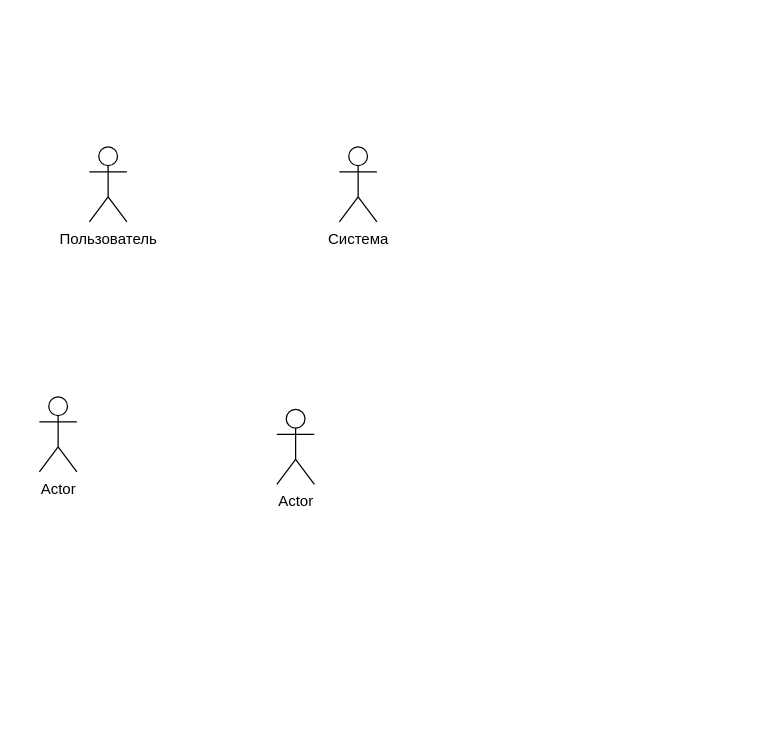
This is page "Page-2" (2 of 2) of AIKMS2.drawio from nn80nn/DataBases, a draw.io file, before an edit. Source tidied: cells renumbered, new cells numbered last; positions are measured from the earlier drawing's top-left corner, leaving out a move shared by most shapes. Both pictures are drawn from the tidied source at 125%, with x=0, y=0 at pixel (39, 146).
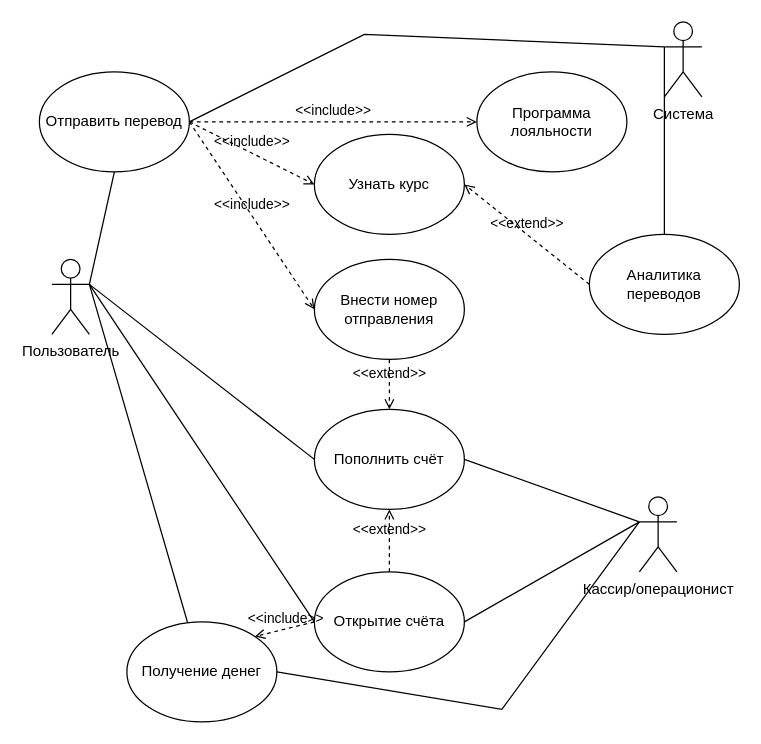
The same diagram, later.

Diff of the diagram source:
```diff
@@
     <mxCell id="2" value="Пользователь" style="shape=umlActor;verticalLabelPosition=bottom;verticalAlign=top;html=1;outlineConnect=0;" parent="1" vertex="1">
-      <mxGeometry x="40" width="30" height="60" as="geometry" />
+      <mxGeometry x="10" y="90" width="30" height="60" as="geometry" />
     </mxCell>
-    <mxCell id="3" value="Actor" style="shape=umlActor;verticalLabelPosition=bottom;verticalAlign=top;html=1;" parent="1" vertex="1">
-      <mxGeometry y="200" width="30" height="60" as="geometry" />
-    </mxCell>
     <mxCell id="4" value="Система" style="shape=umlActor;verticalLabelPosition=bottom;verticalAlign=top;html=1;outlineConnect=0;" parent="1" vertex="1">
-      <mxGeometry x="240" width="30" height="60" as="geometry" />
+      <mxGeometry x="500" y="-100" width="30" height="60" as="geometry" />
     </mxCell>
-    <mxCell id="5" value="Actor" style="shape=umlActor;verticalLabelPosition=bottom;verticalAlign=top;html=1;" parent="1" vertex="1">
-      <mxGeometry x="190" y="210" width="30" height="60" as="geometry" />
-    </mxCell>
+    <mxCell id="6" value="Узнать курс" style="ellipse;whiteSpace=wrap;html=1;" parent="1" vertex="1">
+      <mxGeometry x="220" y="-10" width="120" height="80" as="geometry" />
+    </mxCell>
+    <mxCell id="7" value="Кассир/операционист" style="shape=umlActor;verticalLabelPosition=bottom;verticalAlign=top;html=1;outlineConnect=0;" parent="1" vertex="1">
+      <mxGeometry x="480" y="280" width="30" height="60" as="geometry" />
+    </mxCell>
+    <mxCell id="8" value="Внести номер отправления" style="ellipse;whiteSpace=wrap;html=1;" parent="1" vertex="1">
+      <mxGeometry x="220" y="90" width="120" height="80" as="geometry" />
+    </mxCell>
+    <mxCell id="9" value="Пополнить счёт" style="ellipse;whiteSpace=wrap;html=1;" parent="1" vertex="1">
+      <mxGeometry x="220" y="210" width="120" height="80" as="geometry" />
+    </mxCell>
+    <mxCell id="10" value="Получение денег" style="ellipse;whiteSpace=wrap;html=1;" parent="1" vertex="1">
+      <mxGeometry x="70" y="380" width="120" height="80" as="geometry" />
+    </mxCell>
+    <mxCell id="11" value="Открытие счёта" style="ellipse;whiteSpace=wrap;html=1;" parent="1" vertex="1">
+      <mxGeometry x="220" y="340" width="120" height="80" as="geometry" />
+    </mxCell>
+    <mxCell id="12" value="Аналитика переводов" style="ellipse;whiteSpace=wrap;html=1;" parent="1" vertex="1">
+      <mxGeometry x="440" y="70" width="120" height="80" as="geometry" />
+    </mxCell>
+    <mxCell id="13" value="Программа лояльности" style="ellipse;whiteSpace=wrap;html=1;" parent="1" vertex="1">
+      <mxGeometry x="350" y="-60" width="120" height="80" as="geometry" />
+    </mxCell>
+    <mxCell id="14" style="endArrow=none;html=1;rounded=0;exitX=1;exitY=0.3333333333333333;exitDx=0;exitDy=0;exitPerimeter=0;entryX=0.5;entryY=1;entryDx=0;entryDy=0;" parent="1" edge="1" source="2" target="25">
+      <mxGeometry relative="1" as="geometry" />
+    </mxCell>
+    <mxCell id="15" style="endArrow=none;html=1;rounded=0;exitX=1;exitY=0.3333333333333333;exitDx=0;exitDy=0;exitPerimeter=0;entryX=0;entryY=0.5;entryDx=0;entryDy=0;" parent="1" edge="1" source="2" target="9">
+      <mxGeometry relative="1" as="geometry" />
+    </mxCell>
+    <mxCell id="16" style="endArrow=none;html=1;rounded=0;exitX=1;exitY=0.3333333333333333;exitDx=0;exitDy=0;exitPerimeter=0;entryX=0;entryY=0.5;entryDx=0;entryDy=0;" parent="1" edge="1" source="2" target="11">
+      <mxGeometry relative="1" as="geometry" />
+    </mxCell>
+    <mxCell id="17" style="endArrow=none;html=1;rounded=0;exitX=1;exitY=0.3333333333333333;exitDx=0;exitDy=0;exitPerimeter=0;" parent="1" edge="1" source="2" target="10">
+      <mxGeometry relative="1" as="geometry" />
+    </mxCell>
+    <mxCell id="18" style="endArrow=none;html=1;rounded=0;exitX=1;exitY=0.5;exitDx=0;exitDy=0;entryX=0;entryY=0.3333333333333333;entryDx=0;entryDy=0;entryPerimeter=0;" parent="1" edge="1" source="9" target="7">
+      <mxGeometry relative="1" as="geometry" />
+    </mxCell>
+    <mxCell id="19" style="endArrow=none;html=1;rounded=0;exitX=1;exitY=0.5;exitDx=0;exitDy=0;entryX=0;entryY=0.3333333333333333;entryDx=0;entryDy=0;entryPerimeter=0;" parent="1" edge="1" source="11" target="7">
+      <mxGeometry relative="1" as="geometry" />
+    </mxCell>
+    <mxCell id="20" style="endArrow=none;html=1;rounded=0;exitX=1;exitY=0.5;exitDx=0;exitDy=0;entryX=0;entryY=0.3333333333333333;entryDx=0;entryDy=0;entryPerimeter=0;" parent="1" edge="1" source="10" target="7">
+      <mxGeometry relative="1" as="geometry">
+        <Array as="points">
+          <mxPoint x="370" y="450" />
+        </Array>
+      </mxGeometry>
+    </mxCell>
+    <mxCell id="21" style="endArrow=none;html=1;rounded=0;entryX=0;entryY=0.3333333333333333;entryDx=0;entryDy=0;entryPerimeter=0;exitX=0.5;exitY=0;exitDx=0;exitDy=0;" parent="1" edge="1" source="12" target="4">
+      <mxGeometry relative="1" as="geometry" />
+    </mxCell>
+    <mxCell id="22" value="&amp;lt;&amp;lt;extend&amp;gt;&amp;gt;" style="html=1;verticalAlign=bottom;labelBackgroundColor=none;endArrow=open;endFill=0;dashed=1;rounded=0;exitX=0;exitY=0.5;exitDx=0;exitDy=0;entryX=1;entryY=0.5;entryDx=0;entryDy=0;" parent="1" edge="1" source="12" target="6">
+      <mxGeometry relative="1" as="geometry" />
+    </mxCell>
+    <mxCell id="23" value="&amp;lt;&amp;lt;extend&amp;gt;&amp;gt;" style="html=1;verticalAlign=bottom;labelBackgroundColor=none;endArrow=open;endFill=0;dashed=1;rounded=0;exitX=0.5;exitY=0;exitDx=0;exitDy=0;entryX=0.5;entryY=1;entryDx=0;entryDy=0;" parent="1" edge="1" source="11" target="9">
+      <mxGeometry relative="1" as="geometry" />
+    </mxCell>
+    <mxCell id="24" value="&amp;lt;&amp;lt;extend&amp;gt;&amp;gt;" style="html=1;verticalAlign=bottom;labelBackgroundColor=none;endArrow=open;endFill=0;dashed=1;rounded=0;entryX=0.5;entryY=0;entryDx=0;entryDy=0;exitX=0.5;exitY=1;exitDx=0;exitDy=0;" parent="1" edge="1" source="8" target="9">
+      <mxGeometry relative="1" as="geometry" />
+    </mxCell>
+    <mxCell id="25" value="Отправить перевод" style="ellipse;whiteSpace=wrap;html=1;" parent="1" vertex="1">
+      <mxGeometry y="-60" width="120" height="80" as="geometry" />
+    </mxCell>
+    <mxCell id="26" value="&amp;lt;&amp;lt;include&amp;gt;&amp;gt;" style="html=1;verticalAlign=bottom;labelBackgroundColor=none;endArrow=open;endFill=0;dashed=1;rounded=0;exitX=1;exitY=0.5;exitDx=0;exitDy=0;entryX=0;entryY=0.5;entryDx=0;entryDy=0;" parent="1" edge="1" source="25" target="13">
+      <mxGeometry relative="1" as="geometry" />
+    </mxCell>
+    <mxCell id="27" value="&amp;lt;&amp;lt;include&amp;gt;&amp;gt;" style="html=1;verticalAlign=bottom;labelBackgroundColor=none;endArrow=open;endFill=0;dashed=1;rounded=0;exitX=1;exitY=0.5;exitDx=0;exitDy=0;entryX=0;entryY=0.5;entryDx=0;entryDy=0;" parent="1" edge="1" source="25" target="6">
+      <mxGeometry relative="1" as="geometry" />
+    </mxCell>
+    <mxCell id="28" value="&amp;lt;&amp;lt;include&amp;gt;&amp;gt;" style="html=1;verticalAlign=bottom;labelBackgroundColor=none;endArrow=open;endFill=0;dashed=1;rounded=0;exitX=1;exitY=0.5;exitDx=0;exitDy=0;entryX=0;entryY=0.5;entryDx=0;entryDy=0;" parent="1" edge="1" source="25" target="8">
+      <mxGeometry relative="1" as="geometry" />
+    </mxCell>
+    <mxCell id="29" value="&amp;lt;&amp;lt;include&amp;gt;&amp;gt;" style="html=1;verticalAlign=bottom;labelBackgroundColor=none;endArrow=open;endFill=0;dashed=1;rounded=0;entryX=1;entryY=0;entryDx=0;entryDy=0;exitX=0;exitY=0.5;exitDx=0;exitDy=0;" parent="1" edge="1" source="11" target="10">
+      <mxGeometry relative="1" as="geometry" />
+    </mxCell>
+    <mxCell id="30" style="endArrow=none;html=1;rounded=0;exitX=1;exitY=0.5;exitDx=0;exitDy=0;" parent="1" edge="1" source="25">
+      <mxGeometry relative="1" as="geometry">
+        <mxPoint x="500" y="-80" as="targetPoint" />
+        <Array as="points">
+          <mxPoint x="260" y="-90" />
+        </Array>
+      </mxGeometry>
+    </mxCell>
```
